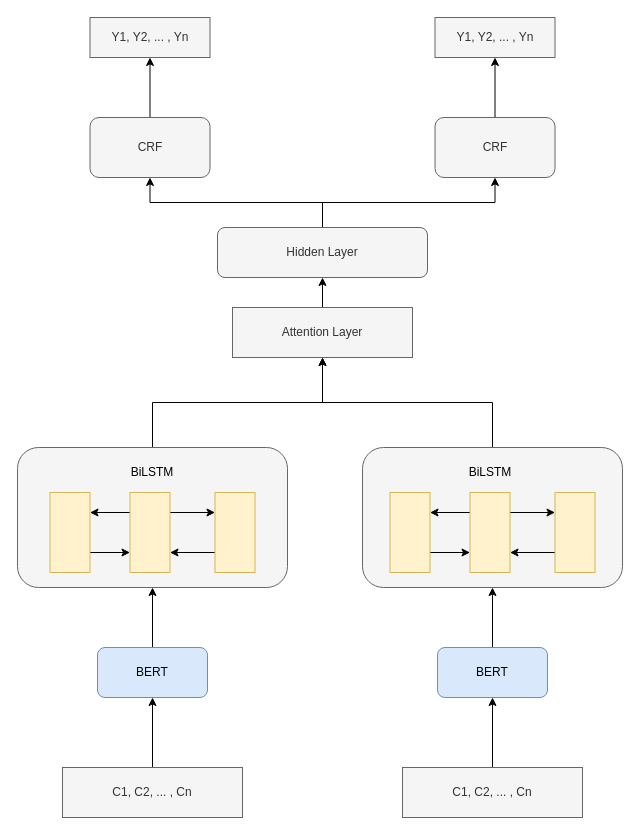
This is Untitled Diagram.drawio from hypzz0627/gitStudy, a draw.io file, before an edit. Source tidied: cells renumbered, new cells numbered last; positions are measured from the earlier drawing's top-left corner, leaving out a move shared by most shapes. Both pictures are drawn from the tidied source at 100%, with x=0, y=0 at pixel (17, 17).
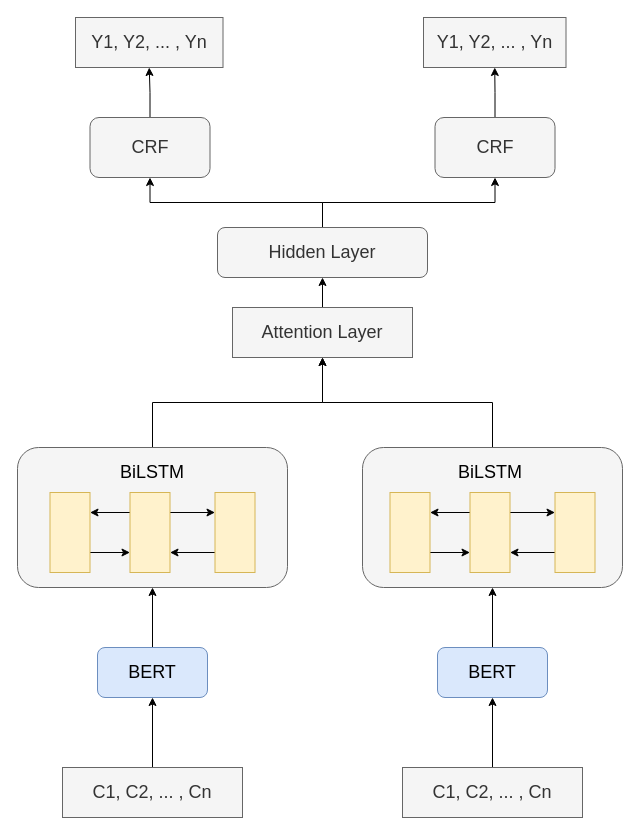
The same diagram, later.

Change to the diagram source:
```diff
@@
-    <mxCell id="4" value="CRF" style="rounded=1;whiteSpace=wrap;html=1;fillColor=#f5f5f5;fontColor=#333333;strokeColor=#666666;" parent="1" vertex="1">
+    <mxCell id="4" value="&lt;font style=&quot;font-size: 18px&quot;&gt;CRF&lt;/font&gt;" style="rounded=1;whiteSpace=wrap;html=1;fillColor=#f5f5f5;fontColor=#333333;strokeColor=#666666;" parent="1" vertex="1">
       <mxGeometry x="72.5" y="100" width="120" height="60" as="geometry" />
     </mxCell>
@@
-    <mxCell id="6" value="CRF" style="rounded=1;whiteSpace=wrap;html=1;fillColor=#f5f5f5;fontColor=#333333;strokeColor=#666666;" parent="1" vertex="1">
+    <mxCell id="6" value="&lt;font style=&quot;font-size: 18px&quot;&gt;CRF&lt;/font&gt;" style="rounded=1;whiteSpace=wrap;html=1;fillColor=#f5f5f5;fontColor=#333333;strokeColor=#666666;" parent="1" vertex="1">
       <mxGeometry x="417.5" y="100" width="120" height="60" as="geometry" />
     </mxCell>
@@
-    <mxCell id="8" value="Attention Layer" style="rounded=0;whiteSpace=wrap;html=1;fillColor=#f5f5f5;fontColor=#333333;strokeColor=#666666;" parent="1" vertex="1">
+    <mxCell id="8" value="&lt;font style=&quot;font-size: 18px&quot;&gt;Attention Layer&lt;/font&gt;" style="rounded=0;whiteSpace=wrap;html=1;fillColor=#f5f5f5;fontColor=#333333;strokeColor=#666666;" parent="1" vertex="1">
       <mxGeometry x="215" y="290" width="180" height="50" as="geometry" />
     </mxCell>
@@
-    <mxCell id="13" value="Y1, Y2, ... , Yn" style="rounded=0;whiteSpace=wrap;html=1;fillColor=#f5f5f5;fontColor=#333333;strokeColor=#666666;" parent="1" vertex="1">
-      <mxGeometry x="72.5" width="120" height="40" as="geometry" />
+    <mxCell id="13" value="&lt;font style=&quot;font-size: 18px&quot;&gt;Y1, Y2, ... , Yn&lt;/font&gt;" style="rounded=0;whiteSpace=wrap;html=1;fillColor=#f5f5f5;fontColor=#333333;strokeColor=#666666;" parent="1" vertex="1">
+      <mxGeometry x="58" width="147.5" height="50" as="geometry" />
     </mxCell>
-    <mxCell id="14" value="Y1, Y2, ... , Yn" style="rounded=0;whiteSpace=wrap;html=1;fillColor=#f5f5f5;fontColor=#333333;strokeColor=#666666;" parent="1" vertex="1">
-      <mxGeometry x="417.5" width="120" height="40" as="geometry" />
+    <mxCell id="14" value="&lt;font style=&quot;font-size: 18px&quot;&gt;Y1, Y2, ... , Yn&lt;/font&gt;" style="rounded=0;whiteSpace=wrap;html=1;fillColor=#f5f5f5;fontColor=#333333;strokeColor=#666666;" parent="1" vertex="1">
+      <mxGeometry x="406" width="142.5" height="50" as="geometry" />
     </mxCell>
@@
-    <mxCell id="16" value="BERT" style="rounded=1;whiteSpace=wrap;html=1;fillColor=#dae8fc;strokeColor=#6c8ebf;" parent="1" vertex="1">
+    <mxCell id="16" value="&lt;font style=&quot;font-size: 18px&quot;&gt;BERT&lt;/font&gt;" style="rounded=1;whiteSpace=wrap;html=1;fillColor=#dae8fc;strokeColor=#6c8ebf;" parent="1" vertex="1">
       <mxGeometry x="80" y="630" width="110" height="50" as="geometry" />
     </mxCell>
@@
-    <mxCell id="18" value="BERT" style="rounded=1;whiteSpace=wrap;html=1;fillColor=#dae8fc;strokeColor=#6c8ebf;" parent="1" vertex="1">
+    <mxCell id="18" value="&lt;font style=&quot;font-size: 18px&quot;&gt;BERT&lt;/font&gt;" style="rounded=1;whiteSpace=wrap;html=1;fillColor=#dae8fc;strokeColor=#6c8ebf;" parent="1" vertex="1">
       <mxGeometry x="420" y="630" width="110" height="50" as="geometry" />
     </mxCell>
@@
-    <mxCell id="20" value="C1, C2, ... , Cn" style="rounded=0;whiteSpace=wrap;html=1;fillColor=#f5f5f5;fontColor=#333333;strokeColor=#666666;" parent="1" vertex="1">
+    <mxCell id="20" value="&lt;font style=&quot;font-size: 18px&quot;&gt;C1, C2, ... , Cn&lt;/font&gt;" style="rounded=0;whiteSpace=wrap;html=1;fillColor=#f5f5f5;fontColor=#333333;strokeColor=#666666;" parent="1" vertex="1">
       <mxGeometry x="45" y="750" width="180" height="50" as="geometry" />
     </mxCell>
@@
-    <mxCell id="22" value="C1, C2, ... , Cn" style="rounded=0;whiteSpace=wrap;html=1;fillColor=#f5f5f5;fontColor=#333333;strokeColor=#666666;" parent="1" vertex="1">
+    <mxCell id="22" value="&lt;font style=&quot;font-size: 18px&quot;&gt;C1, C2, ... , Cn&lt;/font&gt;" style="rounded=0;whiteSpace=wrap;html=1;fillColor=#f5f5f5;fontColor=#333333;strokeColor=#666666;" parent="1" vertex="1">
       <mxGeometry x="385" y="750" width="180" height="50" as="geometry" />
     </mxCell>
@@
-    <mxCell id="25" value="Hidden Layer" style="rounded=1;whiteSpace=wrap;html=1;fillColor=#f5f5f5;fontColor=#333333;strokeColor=#666666;" parent="1" vertex="1">
+    <mxCell id="25" value="&lt;font style=&quot;font-size: 18px&quot;&gt;Hidden Layer&lt;/font&gt;" style="rounded=1;whiteSpace=wrap;html=1;fillColor=#f5f5f5;fontColor=#333333;strokeColor=#666666;" parent="1" vertex="1">
       <mxGeometry x="200" y="210" width="210" height="50" as="geometry" />
     </mxCell>
@@
-    <mxCell id="40" value="BiLSTM" style="text;html=1;strokeColor=none;fillColor=none;align=center;verticalAlign=middle;whiteSpace=wrap;rounded=0;" parent="1" vertex="1">
+    <mxCell id="40" value="&lt;font style=&quot;font-size: 18px&quot;&gt;BiLSTM&lt;/font&gt;" style="text;html=1;strokeColor=none;fillColor=none;align=center;verticalAlign=middle;whiteSpace=wrap;rounded=0;" parent="1" vertex="1">
       <mxGeometry x="105" y="440" width="60" height="30" as="geometry" />
     </mxCell>
-    <mxCell id="41" value="BiLSTM" style="text;html=1;strokeColor=none;fillColor=none;align=center;verticalAlign=middle;whiteSpace=wrap;rounded=0;" parent="1" vertex="1">
+    <mxCell id="41" value="&lt;font style=&quot;font-size: 18px&quot;&gt;BiLSTM&lt;/font&gt;" style="text;html=1;strokeColor=none;fillColor=none;align=center;verticalAlign=middle;whiteSpace=wrap;rounded=0;" parent="1" vertex="1">
       <mxGeometry x="442.5" y="440" width="60" height="30" as="geometry" />
     </mxCell>
```
